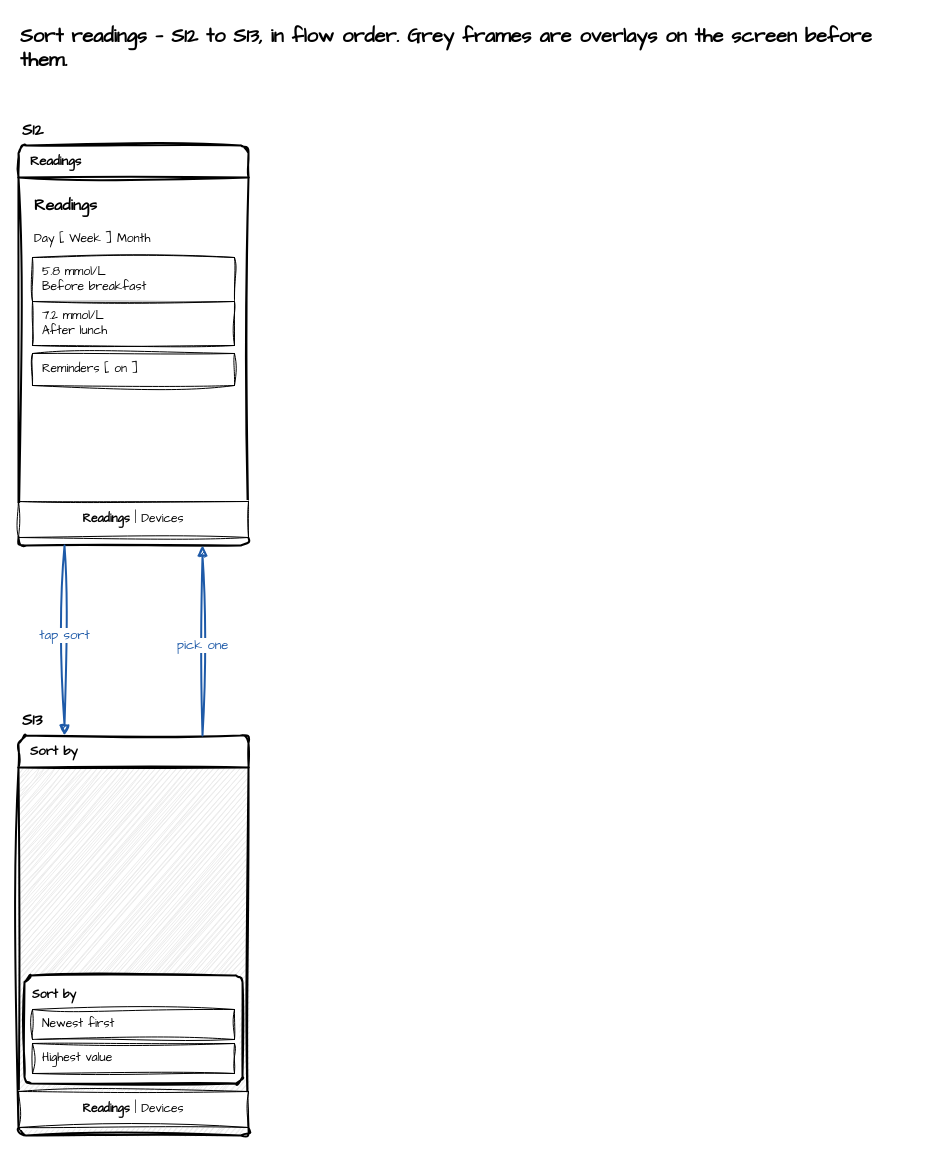
Earlier version of the draw.io diagram page "Sort readings" (2 of 2) of docs/examples/pair-a-meter/wireflow.drawio (AnilDeshpande/codetutor-mobile-prototyper). Source tidied: cells renumbered, new cells numbered last; positions are measured from the earlier drawing's top-left corner, leaving out a move shared by most shapes. Both pictures are drawn from the tidied source at 100%, with x=0, y=0 at pixel (18, 17).
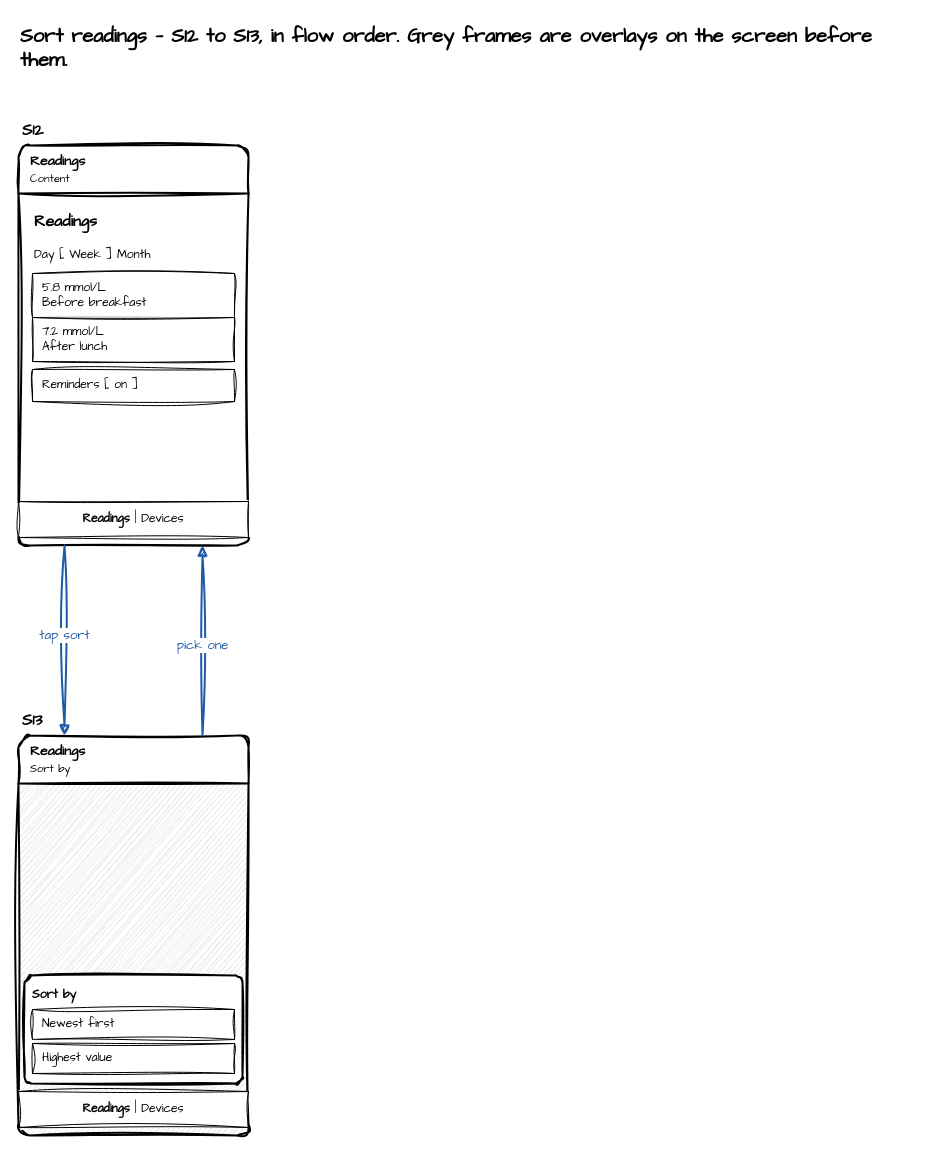
After the change.

The edit, as a diff of the source:
```diff
@@
 <mxGraphModel>
   <root>
     <mxCell id="0" />
     <mxCell id="1" parent="0" />
     <mxCell id="2" value="Sort readings — S12 to S13, in flow order.  Grey frames are overlays on the screen before them." style="sketch=1;curveFitting=1;jiggle=2;hachureGap=4;fontFamily=Architects Daughter;html=1;whiteSpace=wrap;text;align=left;fontSize=20;fontStyle=1;strokeColor=none;fillColor=none;" parent="1" vertex="1">
       <mxGeometry width="900" height="34" as="geometry" />
     </mxCell>
-    <mxCell id="3" value="Readings" style="sketch=1;curveFitting=1;jiggle=2;hachureGap=4;fontFamily=Architects Daughter;html=1;whiteSpace=wrap;swimlane;startSize=32;rounded=1;arcSize=8;strokeWidth=2;align=left;spacingLeft=10;fontSize=13;fontStyle=1;fillColor=#ffffff;swimlaneFillColor=#ffffff;" parent="1" vertex="1">
+    <mxCell id="3" value="&lt;b&gt;Readings&lt;/b&gt;&lt;br&gt;&lt;span style=&quot;font-size:11px&quot;&gt;Content&lt;/span&gt;" style="sketch=1;curveFitting=1;jiggle=2;hachureGap=4;fontFamily=Architects Daughter;html=1;whiteSpace=wrap;swimlane;startSize=48;rounded=1;arcSize=8;strokeWidth=2;align=left;spacingLeft=10;fontSize=14;fontStyle=0;fillColor=#ffffff;swimlaneFillColor=#ffffff;" parent="1" vertex="1">
       <mxGeometry y="128" width="230" height="400" as="geometry" />
     </mxCell>
     <mxCell id="4" value="&lt;b&gt;S12&lt;/b&gt;" style="sketch=1;curveFitting=1;jiggle=2;hachureGap=4;fontFamily=Architects Daughter;html=1;whiteSpace=wrap;text;align=left;verticalAlign=middle;fontSize=16;strokeColor=none;fillColor=none;" parent="3" vertex="1">
       <mxGeometry x="2" y="-26" width="50" height="22" as="geometry" />
     </mxCell>
     <mxCell id="5" value="Readings" style="sketch=1;curveFitting=1;jiggle=2;hachureGap=4;fontFamily=Architects Daughter;html=1;whiteSpace=wrap;text;strokeColor=none;fillColor=none;align=left;fontSize=16;fontStyle=1;" parent="3" vertex="1">
-      <mxGeometry x="14" y="44" width="202" height="28" as="geometry" />
+      <mxGeometry x="14" y="60" width="202" height="28" as="geometry" />
     </mxCell>
     <mxCell id="6" value="Day   [ Week ]   Month" style="sketch=1;curveFitting=1;jiggle=2;hachureGap=4;fontFamily=Architects Daughter;html=1;whiteSpace=wrap;text;strokeColor=none;fillColor=none;align=left;fontSize=12;" parent="3" vertex="1">
-      <mxGeometry x="14" y="80" width="202" height="24" as="geometry" />
+      <mxGeometry x="14" y="96" width="202" height="24" as="geometry" />
     </mxCell>
     <mxCell id="7" value="5.8 mmol/L&lt;br&gt;Before breakfast" style="sketch=1;curveFitting=1;jiggle=2;hachureGap=4;fontFamily=Architects Daughter;html=1;whiteSpace=wrap;rounded=0;align=left;spacingLeft=8;fontSize=12;fillColor=#ffffff;" parent="3" vertex="1">
-      <mxGeometry x="14" y="112" width="202" height="44" as="geometry" />
+      <mxGeometry x="14" y="128" width="202" height="44" as="geometry" />
     </mxCell>
     <mxCell id="8" value="7.2 mmol/L&lt;br&gt;After lunch" style="sketch=1;curveFitting=1;jiggle=2;hachureGap=4;fontFamily=Architects Daughter;html=1;whiteSpace=wrap;rounded=0;align=left;spacingLeft=8;fontSize=12;fillColor=#ffffff;" parent="3" vertex="1">
-      <mxGeometry x="14" y="156" width="202" height="44" as="geometry" />
+      <mxGeometry x="14" y="172" width="202" height="44" as="geometry" />
     </mxCell>
     <mxCell id="9" value="Reminders   [ on ]" style="sketch=1;curveFitting=1;jiggle=2;hachureGap=4;fontFamily=Architects Daughter;html=1;whiteSpace=wrap;rounded=0;align=left;spacingLeft=8;fontSize=12;fillColor=#ffffff;" parent="3" vertex="1">
-      <mxGeometry x="14" y="208" width="202" height="32" as="geometry" />
+      <mxGeometry x="14" y="224" width="202" height="32" as="geometry" />
     </mxCell>
     <mxCell id="10" value="&lt;b&gt;Readings&lt;/b&gt;   |   Devices" style="sketch=1;curveFitting=1;jiggle=2;hachureGap=4;fontFamily=Architects Daughter;html=1;whiteSpace=wrap;rounded=0;fontSize=12;fillColor=#ffffff;" parent="3" vertex="1">
       <mxGeometry y="356" width="230" height="36" as="geometry" />
     </mxCell>
-    <mxCell id="11" value="Sort by" style="sketch=1;curveFitting=1;jiggle=2;hachureGap=4;fontFamily=Architects Daughter;html=1;whiteSpace=wrap;swimlane;startSize=32;rounded=1;arcSize=8;strokeWidth=2;align=left;spacingLeft=10;fontSize=13;fontStyle=1;fillColor=#ffffff;swimlaneFillColor=#ececec;" parent="1" vertex="1">
+    <mxCell id="11" value="&lt;b&gt;Readings&lt;/b&gt;&lt;br&gt;&lt;span style=&quot;font-size:11px&quot;&gt;Sort by&lt;/span&gt;" style="sketch=1;curveFitting=1;jiggle=2;hachureGap=4;fontFamily=Architects Daughter;html=1;whiteSpace=wrap;swimlane;startSize=48;rounded=1;arcSize=8;strokeWidth=2;align=left;spacingLeft=10;fontSize=14;fontStyle=0;fillColor=#ffffff;swimlaneFillColor=#ececec;" parent="1" vertex="1">
       <mxGeometry y="718" width="230" height="400" as="geometry" />
     </mxCell>
     <mxCell id="12" value="&lt;b&gt;S13&lt;/b&gt;" style="sketch=1;curveFitting=1;jiggle=2;hachureGap=4;fontFamily=Architects Daughter;html=1;whiteSpace=wrap;text;align=left;verticalAlign=middle;fontSize=16;strokeColor=none;fillColor=none;" parent="11" vertex="1">
       <mxGeometry x="2" y="-26" width="50" height="22" as="geometry" />
     </mxCell>
     <mxCell id="13" value="&lt;b&gt;Readings&lt;/b&gt;   |   Devices" style="sketch=1;curveFitting=1;jiggle=2;hachureGap=4;fontFamily=Architects Daughter;html=1;whiteSpace=wrap;rounded=0;fontSize=12;fillColor=#ffffff;" parent="11" vertex="1">
       <mxGeometry y="356" width="230" height="36" as="geometry" />
     </mxCell>
     <mxCell id="14" value="&lt;b&gt;Sort by&lt;/b&gt;" style="sketch=1;curveFitting=1;jiggle=2;hachureGap=4;fontFamily=Architects Daughter;html=1;whiteSpace=wrap;rounded=1;arcSize=6;align=left;verticalAlign=top;spacing=8;fontSize=12;fillColor=#ffffff;strokeWidth=2;" parent="11" vertex="1">
       <mxGeometry x="6" y="240" width="218" height="108" as="geometry" />
     </mxCell>
     <mxCell id="15" value="Newest first" style="sketch=1;curveFitting=1;jiggle=2;hachureGap=4;fontFamily=Architects Daughter;html=1;whiteSpace=wrap;rounded=0;align=left;spacingLeft=8;fontSize=12;fillColor=#ffffff;" parent="11" vertex="1">
       <mxGeometry x="14" y="274" width="202" height="30" as="geometry" />
     </mxCell>
     <mxCell id="16" value="Highest value" style="sketch=1;curveFitting=1;jiggle=2;hachureGap=4;fontFamily=Architects Daughter;html=1;whiteSpace=wrap;rounded=0;align=left;spacingLeft=8;fontSize=12;fillColor=#ffffff;" parent="11" vertex="1">
       <mxGeometry x="14" y="308" width="202" height="30" as="geometry" />
     </mxCell>
     <mxCell id="17" value="tap sort" style="sketch=1;curveFitting=1;jiggle=2;hachureGap=4;fontFamily=Architects Daughter;html=1;whiteSpace=wrap;edgeStyle=orthogonalEdgeStyle;rounded=1;endArrow=block;endFill=1;strokeWidth=2;strokeColor=#1e5aa8;fontColor=#1e5aa8;fontSize=13;labelBackgroundColor=#ffffff;whiteSpace=nowrap;exitX=0.2;exitY=1;exitDx=0;exitDy=0;entryX=0.2;entryY=0;entryDx=0;entryDy=0;" parent="1" edge="1" source="3" target="11">
       <mxGeometry x="-0.05" relative="1" as="geometry" />
     </mxCell>
     <mxCell id="18" value="pick one" style="sketch=1;curveFitting=1;jiggle=2;hachureGap=4;fontFamily=Architects Daughter;html=1;whiteSpace=wrap;edgeStyle=orthogonalEdgeStyle;rounded=1;endArrow=block;endFill=1;strokeWidth=2;strokeColor=#1e5aa8;fontColor=#1e5aa8;fontSize=13;labelBackgroundColor=#ffffff;whiteSpace=nowrap;exitX=0.8;exitY=0;exitDx=0;exitDy=0;entryX=0.8;entryY=1;entryDx=0;entryDy=0;" parent="1" edge="1" source="11" target="3">
       <mxGeometry x="-0.05" relative="1" as="geometry" />
     </mxCell>
   </root>
 </mxGraphModel>
```
